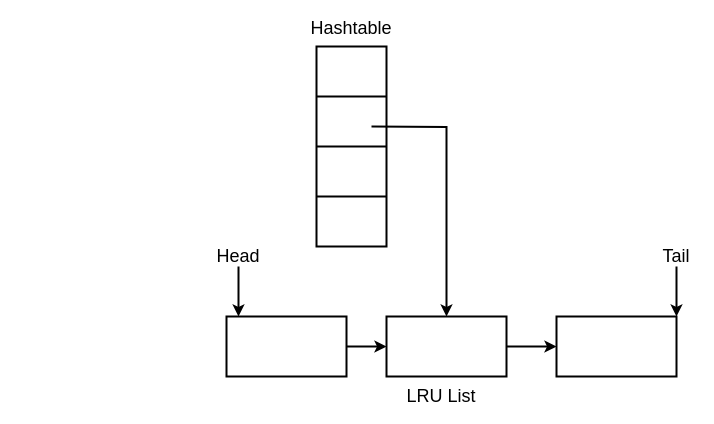
arunkp1986/CAR3S keeps this draw.io diagram as redo_undo.drawio. Above is the earlier version. Source tidied: cells renumbered, new cells numbered last; positions are measured from the earlier drawing's top-left corner, leaving out a move shared by most shapes. Both pictures are drawn from the tidied source at 100%, with x=0, y=0 at pixel (218, 18).
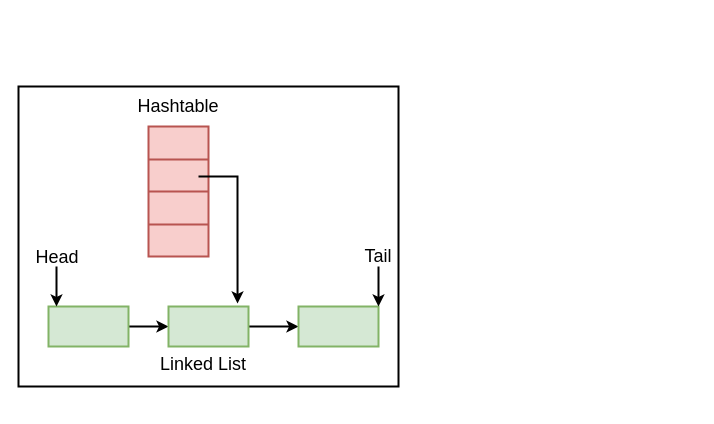
Above is the later version.

Diff of the diagram source:
```diff
@@
+    <mxCell id="23" style="rounded=0;whiteSpace=wrap;html=1;strokeWidth=2;" parent="1" vertex="1">
+      <mxGeometry x="-200" y="68" width="380" height="300" as="geometry" />
+    </mxCell>
@@
-    <mxCell id="3" style="rounded=0;whiteSpace=wrap;html=1;strokeWidth=2;" parent="1" vertex="1">
-      <mxGeometry x="8" y="298" width="120" height="60" as="geometry" />
+    <mxCell id="3" style="rounded=0;whiteSpace=wrap;html=1;strokeWidth=2;fillColor=#d5e8d4;strokeColor=#82b366;" parent="1" vertex="1">
+      <mxGeometry x="-170" y="288" width="80" height="40" as="geometry" />
     </mxCell>
@@
-    <mxCell id="5" style="rounded=0;whiteSpace=wrap;html=1;strokeWidth=2;" parent="1" vertex="1">
-      <mxGeometry x="168" y="298" width="120" height="60" as="geometry" />
+    <mxCell id="5" style="rounded=0;whiteSpace=wrap;html=1;strokeWidth=2;fillColor=#d5e8d4;strokeColor=#82b366;" parent="1" vertex="1">
+      <mxGeometry x="-50" y="288" width="80" height="40" as="geometry" />
     </mxCell>
-    <mxCell id="6" style="rounded=0;whiteSpace=wrap;html=1;strokeWidth=2;perimeterSpacing=0;" parent="1" vertex="1">
-      <mxGeometry x="338" y="298" width="120" height="60" as="geometry" />
+    <mxCell id="6" style="rounded=0;whiteSpace=wrap;html=1;strokeWidth=2;perimeterSpacing=0;fillColor=#d5e8d4;strokeColor=#82b366;" parent="1" vertex="1">
+      <mxGeometry x="80" y="288" width="80" height="40" as="geometry" />
     </mxCell>
-    <mxCell id="7" style="shape=table;html=1;whiteSpace=wrap;startSize=0;childLayout=tableLayout;strokeWidth=2;" parent="1" vertex="1">
-      <mxGeometry x="98" y="28" width="70" height="200" as="geometry" />
+    <mxCell id="7" style="shape=table;html=1;whiteSpace=wrap;startSize=0;childLayout=tableLayout;strokeWidth=2;fillColor=#f8cecc;strokeColor=#b85450;" parent="1" vertex="1">
+      <mxGeometry x="-70" y="108" width="60" height="130" as="geometry" />
     </mxCell>
     <mxCell id="8" style="shape=partialRectangle;html=1;whiteSpace=wrap;fillColor=none;top=0;left=0;bottom=0;right=0;strokeWidth=2;" parent="7" vertex="1">
-      <mxGeometry width="70" height="50" as="geometry" />
+      <mxGeometry width="60" height="33" as="geometry" />
     </mxCell>
     <mxCell id="9" style="shape=partialRectangle;html=1;whiteSpace=wrap;overflow=hidden;top=0;left=0;bottom=0;right=0;strokeWidth=2;fillColor=none;" parent="8" vertex="1">
-      <mxGeometry width="70" height="50" as="geometry" />
+      <mxGeometry width="60" height="33" as="geometry" />
     </mxCell>
     <mxCell id="10" style="shape=partialRectangle;html=1;whiteSpace=wrap;fillColor=none;top=0;left=0;bottom=0;right=0;" parent="7" vertex="1">
-      <mxGeometry y="50" width="70" height="50" as="geometry" />
+      <mxGeometry y="33" width="60" height="32" as="geometry" />
     </mxCell>
     <mxCell id="11" style="shape=partialRectangle;html=1;whiteSpace=wrap;overflow=hidden;fillColor=none;top=0;left=0;bottom=0;right=0;strokeWidth=2;" parent="10" vertex="1">
-      <mxGeometry width="70" height="50" as="geometry" />
+      <mxGeometry width="60" height="32" as="geometry" />
     </mxCell>
     <mxCell id="12" style="shape=partialRectangle;html=1;whiteSpace=wrap;fillColor=none;top=0;left=0;bottom=0;right=0;" parent="7" vertex="1">
-      <mxGeometry y="100" width="70" height="50" as="geometry" />
+      <mxGeometry y="65" width="60" height="33" as="geometry" />
     </mxCell>
     <mxCell id="13" style="shape=partialRectangle;html=1;whiteSpace=wrap;overflow=hidden;fillColor=none;top=0;left=0;bottom=0;right=0;" parent="12" vertex="1">
-      <mxGeometry width="70" height="50" as="geometry" />
+      <mxGeometry width="60" height="33" as="geometry" />
     </mxCell>
     <mxCell id="14" style="shape=partialRectangle;html=1;whiteSpace=wrap;fillColor=none;top=0;left=0;bottom=0;right=0;" parent="7" vertex="1">
-      <mxGeometry y="150" width="70" height="50" as="geometry" />
+      <mxGeometry y="98" width="60" height="32" as="geometry" />
     </mxCell>
     <mxCell id="15" style="shape=partialRectangle;html=1;whiteSpace=wrap;overflow=hidden;fillColor=none;top=0;left=0;bottom=0;right=0;" parent="14" vertex="1">
-      <mxGeometry width="70" height="50" as="geometry" />
+      <mxGeometry width="60" height="32" as="geometry" />
     </mxCell>
@@
     <mxCell id="17" value="Head" style="text;html=1;strokeColor=none;fillColor=none;align=center;verticalAlign=middle;whiteSpace=wrap;rounded=0;fontSize=18;" parent="1" vertex="1">
-      <mxGeometry y="228" width="40" height="20" as="geometry" />
+      <mxGeometry x="-181" y="229" width="40" height="20" as="geometry" />
     </mxCell>
@@
     <mxCell id="19" value="Tail" style="text;html=1;strokeColor=none;fillColor=none;align=center;verticalAlign=middle;whiteSpace=wrap;rounded=0;fontSize=18;" parent="1" vertex="1">
-      <mxGeometry x="438" y="228" width="40" height="20" as="geometry" />
+      <mxGeometry x="140" y="228" width="40" height="20" as="geometry" />
     </mxCell>
-    <mxCell id="20" style="edgeStyle=orthogonalEdgeStyle;rounded=0;jettySize=auto;html=1;strokeWidth=2;" parent="1" edge="1" target="5">
-      <mxGeometry relative="1" as="geometry">
-        <mxPoint x="153" y="108" as="sourcePoint" />
-      </mxGeometry>
-    </mxCell>
     <mxCell id="21" value="Hashtable" style="text;html=1;strokeColor=none;fillColor=none;align=center;verticalAlign=middle;whiteSpace=wrap;rounded=0;fontSize=18;" parent="1" vertex="1">
-      <mxGeometry x="88" width="90" height="20" as="geometry" />
+      <mxGeometry x="-85" y="78" width="90" height="20" as="geometry" />
     </mxCell>
-    <mxCell id="22" value="LRU List" style="text;html=1;strokeColor=none;fillColor=none;align=center;verticalAlign=middle;whiteSpace=wrap;rounded=0;fontSize=18;" parent="1" vertex="1">
-      <mxGeometry x="168" y="368" width="110" height="20" as="geometry" />
-    </mxCell>
+    <mxCell id="24" style="edgeStyle=orthogonalEdgeStyle;rounded=0;jettySize=auto;html=1;entryX=0.863;entryY=-0.075;entryDx=0;entryDy=0;entryPerimeter=0;strokeWidth=2;" parent="1" edge="1" target="5">
+      <mxGeometry relative="1" as="geometry">
+        <mxPoint x="-20" y="158" as="sourcePoint" />
+        <Array as="points">
+          <mxPoint x="19" y="158" />
+        </Array>
+      </mxGeometry>
+    </mxCell>
+    <mxCell id="25" value="Linked List" style="text;html=1;strokeColor=none;fillColor=none;align=center;verticalAlign=middle;whiteSpace=wrap;rounded=0;fontSize=18;" parent="1" vertex="1">
+      <mxGeometry x="-60" y="336" width="90" height="20" as="geometry" />
+    </mxCell>
```
